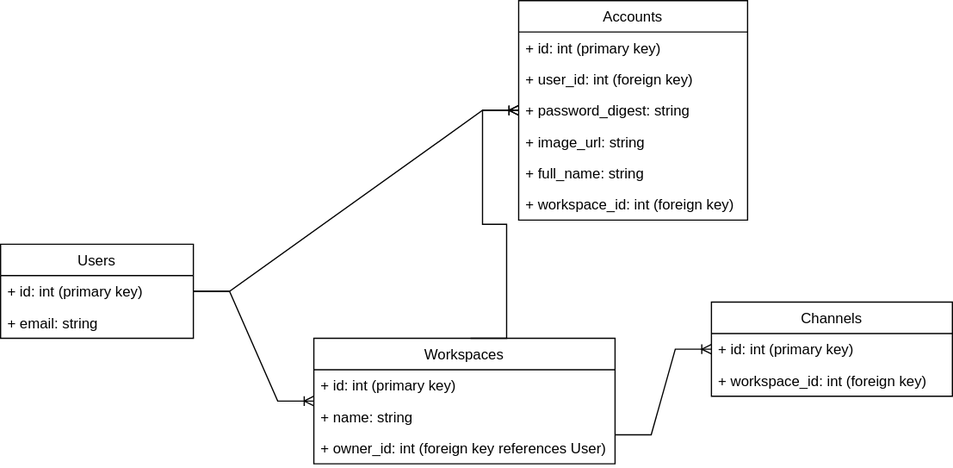
The draw.io diagram architecture.drawio.svg in thechinedu/slaque, before a commit. Source tidied: cells renumbered, new cells last; positions are measured from the earlier drawing's top-left corner, leaving out a move shared by most shapes. Its diagram source:
```xml
<mxGraphModel>
  <root>
    <mxCell id="0" />
    <mxCell id="1" parent="0" />
    <mxCell id="2" value="Users" style="swimlane;fontStyle=0;horizontal=1;startSize=26;fillColor=none;" parent="1" vertex="1">
      <mxGeometry y="202" width="160" height="78" as="geometry" />
    </mxCell>
    <mxCell id="3" value="+ id: int (primary key)" style="text;strokeColor=none;fillColor=none;align=left;verticalAlign=top;spacingLeft=4;spacingRight=4;overflow=hidden;" parent="2" vertex="1">
      <mxGeometry y="26" width="160" height="26" as="geometry" />
    </mxCell>
    <mxCell id="4" value="+ email: string" style="text;strokeColor=none;fillColor=none;align=left;verticalAlign=top;spacingLeft=4;spacingRight=4;overflow=hidden;" parent="2" vertex="1">
      <mxGeometry y="52" width="160" height="26" as="geometry" />
    </mxCell>
    <mxCell id="5" value="Workspaces" style="swimlane;fontStyle=0;horizontal=1;startSize=26;fillColor=none;" parent="1" vertex="1">
      <mxGeometry x="260" y="280" width="250" height="104" as="geometry" />
    </mxCell>
    <mxCell id="6" value="+ id: int (primary key)" style="text;strokeColor=none;fillColor=none;align=left;verticalAlign=top;spacingLeft=4;spacingRight=4;overflow=hidden;" parent="5" vertex="1">
      <mxGeometry y="26" width="250" height="26" as="geometry" />
    </mxCell>
    <mxCell id="7" value="+ name: string" style="text;strokeColor=none;fillColor=none;align=left;verticalAlign=top;spacingLeft=4;spacingRight=4;overflow=hidden;" parent="5" vertex="1">
      <mxGeometry y="52" width="250" height="26" as="geometry" />
    </mxCell>
    <mxCell id="8" value="+ owner_id: int (foreign key references User)" style="text;strokeColor=none;fillColor=none;align=left;verticalAlign=top;spacingLeft=4;spacingRight=4;overflow=hidden;" parent="5" vertex="1">
      <mxGeometry y="78" width="250" height="26" as="geometry" />
    </mxCell>
    <mxCell id="9" value="Channels" style="swimlane;fontStyle=0;horizontal=1;startSize=26;fillColor=none;" parent="1" vertex="1">
      <mxGeometry x="590" y="250" width="200" height="78" as="geometry" />
    </mxCell>
    <mxCell id="10" value="+ id: int (primary key)" style="text;strokeColor=none;fillColor=none;align=left;verticalAlign=top;spacingLeft=4;spacingRight=4;overflow=hidden;" parent="9" vertex="1">
      <mxGeometry y="26" width="200" height="26" as="geometry" />
    </mxCell>
    <mxCell id="11" value="+ workspace_id: int (foreign key)" style="text;strokeColor=none;fillColor=none;align=left;verticalAlign=top;spacingLeft=4;spacingRight=4;overflow=hidden;" parent="9" vertex="1">
      <mxGeometry y="52" width="200" height="26" as="geometry" />
    </mxCell>
    <mxCell id="12" value="Accounts" style="swimlane;fontStyle=0;horizontal=1;startSize=26;fillColor=none;" parent="1" vertex="1">
      <mxGeometry x="430" width="190" height="182" as="geometry" />
    </mxCell>
    <mxCell id="13" value="+ id: int (primary key)" style="text;strokeColor=none;fillColor=none;align=left;verticalAlign=top;spacingLeft=4;spacingRight=4;overflow=hidden;" parent="12" vertex="1">
      <mxGeometry y="26" width="190" height="26" as="geometry" />
    </mxCell>
    <mxCell id="14" value="+ user_id: int (foreign key)" style="text;strokeColor=none;fillColor=none;align=left;verticalAlign=top;spacingLeft=4;spacingRight=4;overflow=hidden;" parent="12" vertex="1">
      <mxGeometry y="52" width="190" height="26" as="geometry" />
    </mxCell>
    <mxCell id="15" value="+ password_digest: string" style="text;strokeColor=none;fillColor=none;align=left;verticalAlign=top;spacingLeft=4;spacingRight=4;overflow=hidden;" parent="12" vertex="1">
      <mxGeometry y="78" width="190" height="26" as="geometry" />
    </mxCell>
    <mxCell id="16" value="+ image_url: string" style="text;strokeColor=none;fillColor=none;align=left;verticalAlign=top;spacingLeft=4;spacingRight=4;overflow=hidden;" parent="12" vertex="1">
      <mxGeometry y="104" width="190" height="26" as="geometry" />
    </mxCell>
    <mxCell id="17" value="+ full_name: string" style="text;strokeColor=none;fillColor=none;align=left;verticalAlign=top;spacingLeft=4;spacingRight=4;overflow=hidden;" parent="12" vertex="1">
      <mxGeometry y="130" width="190" height="26" as="geometry" />
    </mxCell>
    <mxCell id="18" value="+ workspace_id: int (foreign key)" style="text;strokeColor=none;fillColor=none;align=left;verticalAlign=top;spacingLeft=4;spacingRight=4;overflow=hidden;" parent="12" vertex="1">
      <mxGeometry y="156" width="190" height="26" as="geometry" />
    </mxCell>
    <mxCell id="19" style="edgeStyle=entityRelationEdgeStyle;fontSize=12;html=1;endArrow=ERoneToMany;rounded=0;" parent="1" edge="1" source="2" target="12">
      <mxGeometry relative="1" as="geometry" />
    </mxCell>
    <mxCell id="20" style="edgeStyle=entityRelationEdgeStyle;fontSize=12;html=1;endArrow=ERoneToMany;rounded=0;" parent="1" edge="1" source="2" target="5">
      <mxGeometry relative="1" as="geometry" />
    </mxCell>
    <mxCell id="21" style="edgeStyle=entityRelationEdgeStyle;fontSize=12;html=1;endArrow=ERoneToMany;rounded=0;" parent="1" edge="1" target="9">
      <mxGeometry relative="1" as="geometry">
        <mxPoint x="510" y="360" as="sourcePoint" />
      </mxGeometry>
    </mxCell>
    <mxCell id="22" style="edgeStyle=entityRelationEdgeStyle;fontSize=12;html=1;endArrow=ERoneToMany;rounded=0;" parent="1" edge="1" target="12">
      <mxGeometry relative="1" as="geometry">
        <mxPoint x="390" y="280" as="sourcePoint" />
      </mxGeometry>
    </mxCell>
  </root>
</mxGraphModel>
```
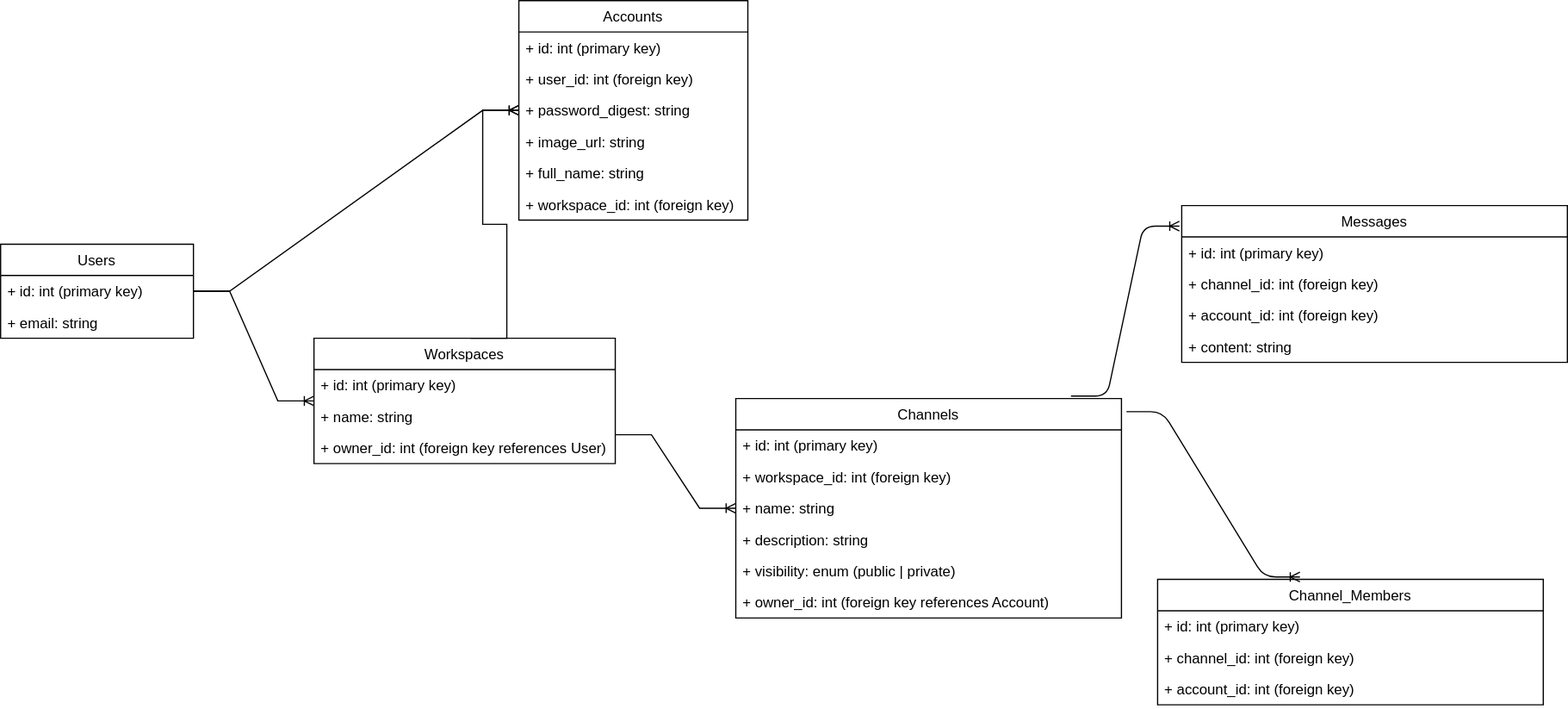
After the change.

What changed in the source:
```diff
@@ -24,14 +24,26 @@
       <mxGeometry y="78" width="250" height="26" as="geometry" />
     </mxCell>
     <mxCell id="9" value="Channels" style="swimlane;fontStyle=0;horizontal=1;startSize=26;fillColor=none;" parent="1" vertex="1">
-      <mxGeometry x="590" y="250" width="200" height="78" as="geometry" />
+      <mxGeometry x="610" y="330" width="320" height="182" as="geometry" />
     </mxCell>
     <mxCell id="10" value="+ id: int (primary key)" style="text;strokeColor=none;fillColor=none;align=left;verticalAlign=top;spacingLeft=4;spacingRight=4;overflow=hidden;" parent="9" vertex="1">
-      <mxGeometry y="26" width="200" height="26" as="geometry" />
+      <mxGeometry y="26" width="320" height="26" as="geometry" />
     </mxCell>
     <mxCell id="11" value="+ workspace_id: int (foreign key)" style="text;strokeColor=none;fillColor=none;align=left;verticalAlign=top;spacingLeft=4;spacingRight=4;overflow=hidden;" parent="9" vertex="1">
-      <mxGeometry y="52" width="200" height="26" as="geometry" />
+      <mxGeometry y="52" width="320" height="26" as="geometry" />
     </mxCell>
+    <mxCell id="23" value="+ name: string" style="text;strokeColor=none;fillColor=none;align=left;verticalAlign=top;spacingLeft=4;spacingRight=4;overflow=hidden;" parent="9" vertex="1">
+      <mxGeometry y="78" width="320" height="26" as="geometry" />
+    </mxCell>
+    <mxCell id="24" value="+ description: string" style="text;strokeColor=none;fillColor=none;align=left;verticalAlign=top;spacingLeft=4;spacingRight=4;overflow=hidden;" parent="9" vertex="1">
+      <mxGeometry y="104" width="320" height="26" as="geometry" />
+    </mxCell>
+    <mxCell id="25" value="+ visibility: enum (public | private)" style="text;strokeColor=none;fillColor=none;align=left;verticalAlign=top;spacingLeft=4;spacingRight=4;overflow=hidden;" parent="9" vertex="1">
+      <mxGeometry y="130" width="320" height="26" as="geometry" />
+    </mxCell>
+    <mxCell id="26" value="+ owner_id: int (foreign key references Account)" style="text;strokeColor=none;fillColor=none;align=left;verticalAlign=top;spacingLeft=4;spacingRight=4;overflow=hidden;" parent="9" vertex="1">
+      <mxGeometry y="156" width="320" height="26" as="geometry" />
+    </mxCell>
     <mxCell id="12" value="Accounts" style="swimlane;fontStyle=0;horizontal=1;startSize=26;fillColor=none;" parent="1" vertex="1">
       <mxGeometry x="430" width="190" height="182" as="geometry" />
     </mxCell>
@@ -69,5 +81,38 @@
         <mxPoint x="390" y="280" as="sourcePoint" />
       </mxGeometry>
     </mxCell>
+    <mxCell id="27" value="Channel_Members" style="swimlane;fontStyle=0;horizontal=1;startSize=26;fillColor=none;" parent="1" vertex="1">
+      <mxGeometry x="960" y="480" width="320" height="104" as="geometry" />
+    </mxCell>
+    <mxCell id="28" value="+ id: int (primary key)" style="text;strokeColor=none;fillColor=none;align=left;verticalAlign=top;spacingLeft=4;spacingRight=4;overflow=hidden;" parent="27" vertex="1">
+      <mxGeometry y="26" width="320" height="26" as="geometry" />
+    </mxCell>
+    <mxCell id="29" value="+ channel_id: int (foreign key)" style="text;strokeColor=none;fillColor=none;align=left;verticalAlign=top;spacingLeft=4;spacingRight=4;overflow=hidden;" parent="27" vertex="1">
+      <mxGeometry y="52" width="320" height="26" as="geometry" />
+    </mxCell>
+    <mxCell id="30" value="+ account_id: int (foreign key)" style="text;strokeColor=none;fillColor=none;align=left;verticalAlign=top;spacingLeft=4;spacingRight=4;overflow=hidden;" parent="27" vertex="1">
+      <mxGeometry y="78" width="320" height="26" as="geometry" />
+    </mxCell>
+    <mxCell id="31" style="edgeStyle=entityRelationEdgeStyle;fontSize=12;html=1;endArrow=ERoneToMany;exitX=1.013;exitY=0.06;exitDx=0;exitDy=0;exitPerimeter=0;entryX=0.369;entryY=-0.019;entryDx=0;entryDy=0;entryPerimeter=0;" parent="1" edge="1" source="9" target="27">
+      <mxGeometry relative="1" as="geometry" />
+    </mxCell>
+    <mxCell id="32" value="Messages" style="swimlane;fontStyle=0;horizontal=1;startSize=26;fillColor=none;" parent="1" vertex="1">
+      <mxGeometry x="980" y="170" width="320" height="130" as="geometry" />
+    </mxCell>
+    <mxCell id="33" value="+ id: int (primary key)" style="text;strokeColor=none;fillColor=none;align=left;verticalAlign=top;spacingLeft=4;spacingRight=4;overflow=hidden;" parent="32" vertex="1">
+      <mxGeometry y="26" width="320" height="26" as="geometry" />
+    </mxCell>
+    <mxCell id="34" value="+ channel_id: int (foreign key)" style="text;strokeColor=none;fillColor=none;align=left;verticalAlign=top;spacingLeft=4;spacingRight=4;overflow=hidden;" parent="32" vertex="1">
+      <mxGeometry y="52" width="320" height="26" as="geometry" />
+    </mxCell>
+    <mxCell id="35" value="+ account_id: int (foreign key)" style="text;strokeColor=none;fillColor=none;align=left;verticalAlign=top;spacingLeft=4;spacingRight=4;overflow=hidden;" parent="32" vertex="1">
+      <mxGeometry y="78" width="320" height="26" as="geometry" />
+    </mxCell>
+    <mxCell id="36" value="+ content: string" style="text;strokeColor=none;fillColor=none;align=left;verticalAlign=top;spacingLeft=4;spacingRight=4;overflow=hidden;" parent="32" vertex="1">
+      <mxGeometry y="104" width="320" height="26" as="geometry" />
+    </mxCell>
+    <mxCell id="37" style="edgeStyle=entityRelationEdgeStyle;fontSize=12;html=1;endArrow=ERoneToMany;exitX=0.869;exitY=-0.011;exitDx=0;exitDy=0;exitPerimeter=0;entryX=-0.006;entryY=0.131;entryDx=0;entryDy=0;entryPerimeter=0;" parent="1" edge="1" source="9" target="32">
+      <mxGeometry relative="1" as="geometry" />
+    </mxCell>
   </root>
 </mxGraphModel>
```
